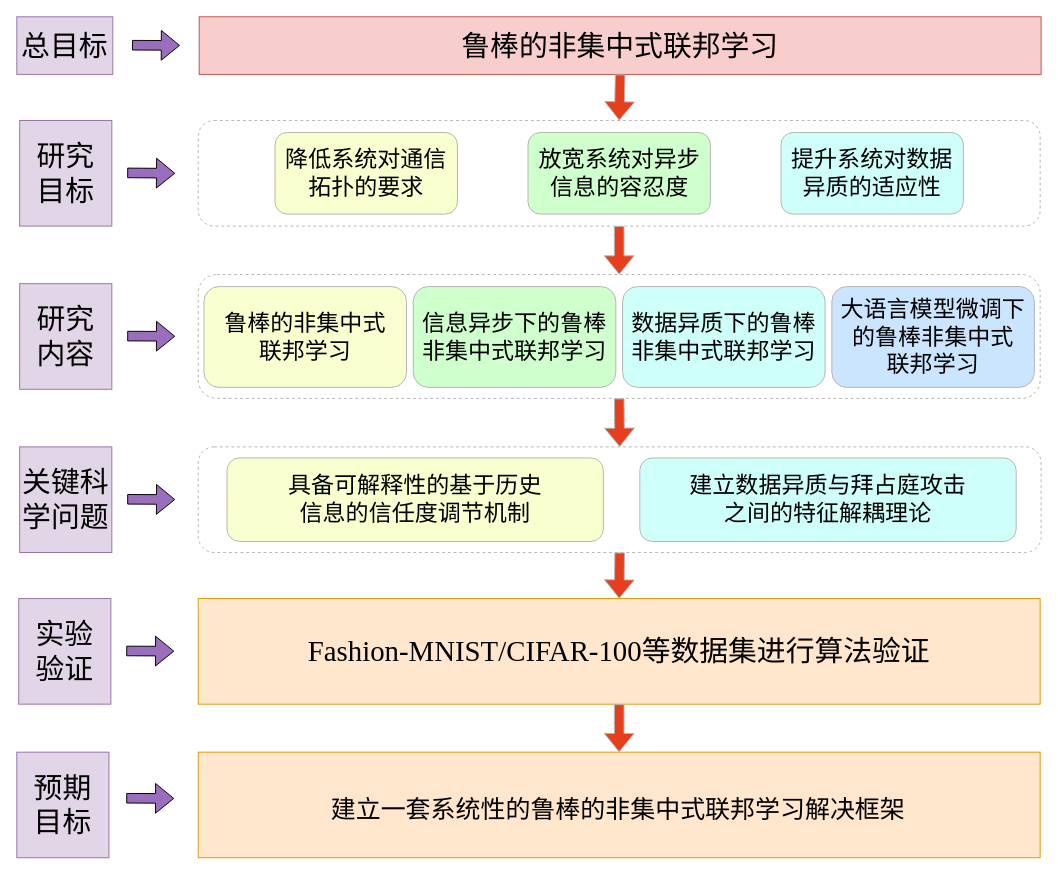
This is messy/研究框架.drawio from Lumos598/drawio, a draw.io file, before an edit. Source tidied: cells renumbered, new cells numbered last; positions are measured from the earlier drawing's top-left corner, leaving out a move shared by most shapes. Both pictures are drawn from the tidied source at 96%, with x=0, y=0 at pixel (16, 16).
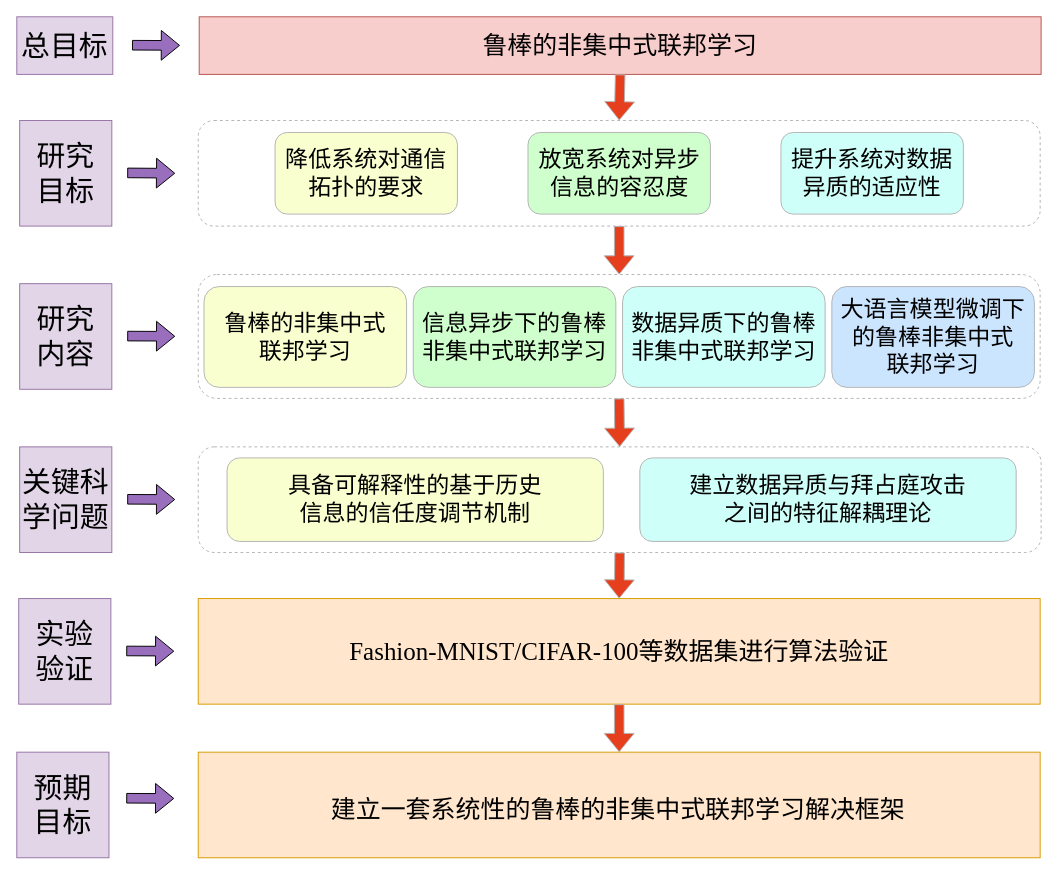
The same page after the edit.

The edit, as a diff of the source:
```diff
@@
-    <mxCell id="4" value="&lt;font style=&quot;font-size: 30px;&quot; face=&quot;Times New Roman&quot;&gt;鲁棒的非集中式联邦学习&lt;/font&gt;" style="rounded=0;whiteSpace=wrap;html=1;fillColor=#f8cecc;strokeColor=#b85450;fillStyle=auto;" parent="1" vertex="1">
+    <mxCell id="4" value="&lt;font style=&quot;font-size: 26px;&quot; face=&quot;Times New Roman&quot;&gt;鲁棒的非集中式联邦学习&lt;/font&gt;" style="rounded=0;whiteSpace=wrap;html=1;fillColor=#f8cecc;strokeColor=#b85450;fillStyle=auto;" parent="1" vertex="1">
       <mxGeometry x="190" width="877" height="60" as="geometry" />
     </mxCell>
@@
-    <mxCell id="26" value="&lt;span style=&quot;font-family: &amp;quot;Times New Roman&amp;quot;; font-size: 30px;&quot;&gt;Fashion-MNIST/CIFAR-100等数据集&lt;/span&gt;&lt;span style=&quot;font-family: &amp;quot;Times New Roman&amp;quot;; font-size: 30px; background-color: transparent; color: light-dark(rgb(0, 0, 0), rgb(255, 255, 255));&quot;&gt;进行算法验证&lt;/span&gt;" style="rounded=0;whiteSpace=wrap;html=1;fillColor=#ffe6cc;strokeColor=#d79b00;" parent="1" vertex="1">
+    <mxCell id="26" value="&lt;font style=&quot;font-size: 26px;&quot;&gt;&lt;span style=&quot;font-family: &amp;quot;Times New Roman&amp;quot;;&quot;&gt;Fashion-MNIST/CIFAR-100等数据集&lt;/span&gt;&lt;span style=&quot;font-family: &amp;quot;Times New Roman&amp;quot;; background-color: transparent; color: light-dark(rgb(0, 0, 0), rgb(255, 255, 255));&quot;&gt;进行算法验证&lt;/span&gt;&lt;/font&gt;" style="rounded=0;whiteSpace=wrap;html=1;fillColor=#ffe6cc;strokeColor=#d79b00;" parent="1" vertex="1">
       <mxGeometry x="189" y="606" width="877" height="110" as="geometry" />
     </mxCell>
```
